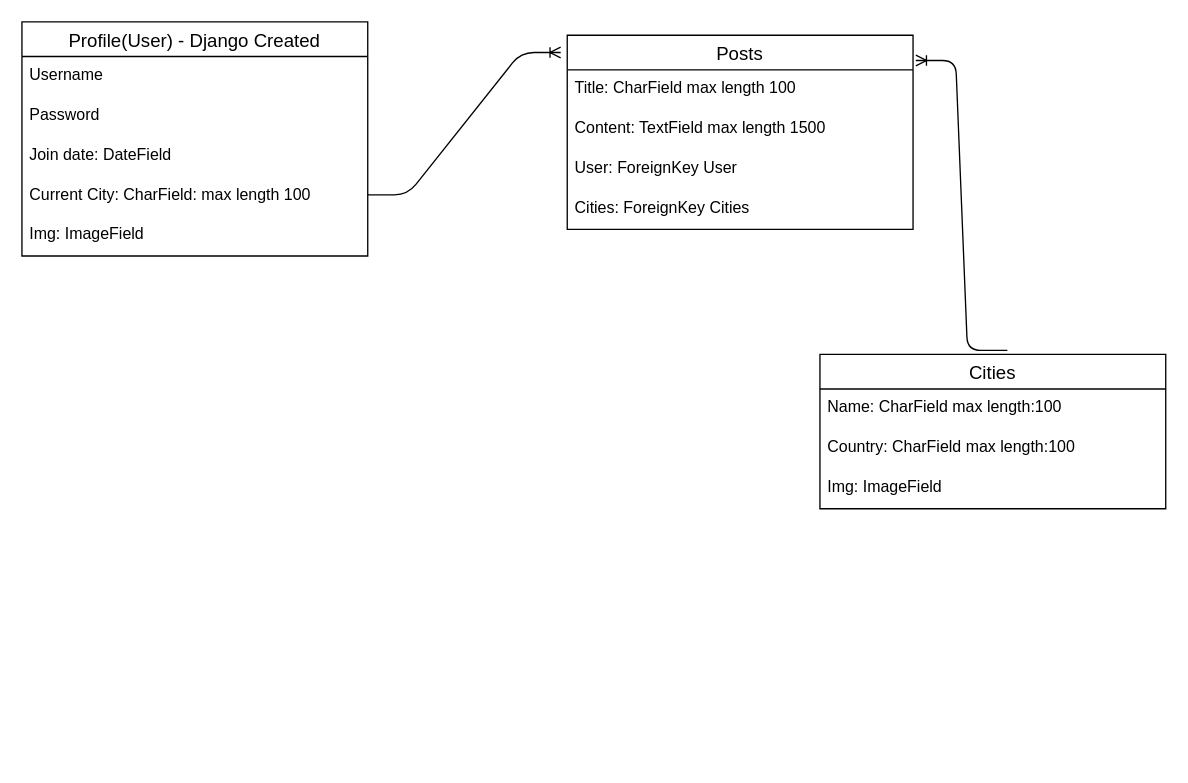
This is main_app/ERD.drawio from Claywatkins8/Wayfairer-travel, a draw.io file, before an edit. Source tidied: cells renumbered, new cells numbered last; positions are measured from the earlier drawing's top-left corner, leaving out a move shared by most shapes. Both pictures are drawn from the tidied source at 133%, with x=0, y=0 at pixel (21, 21).
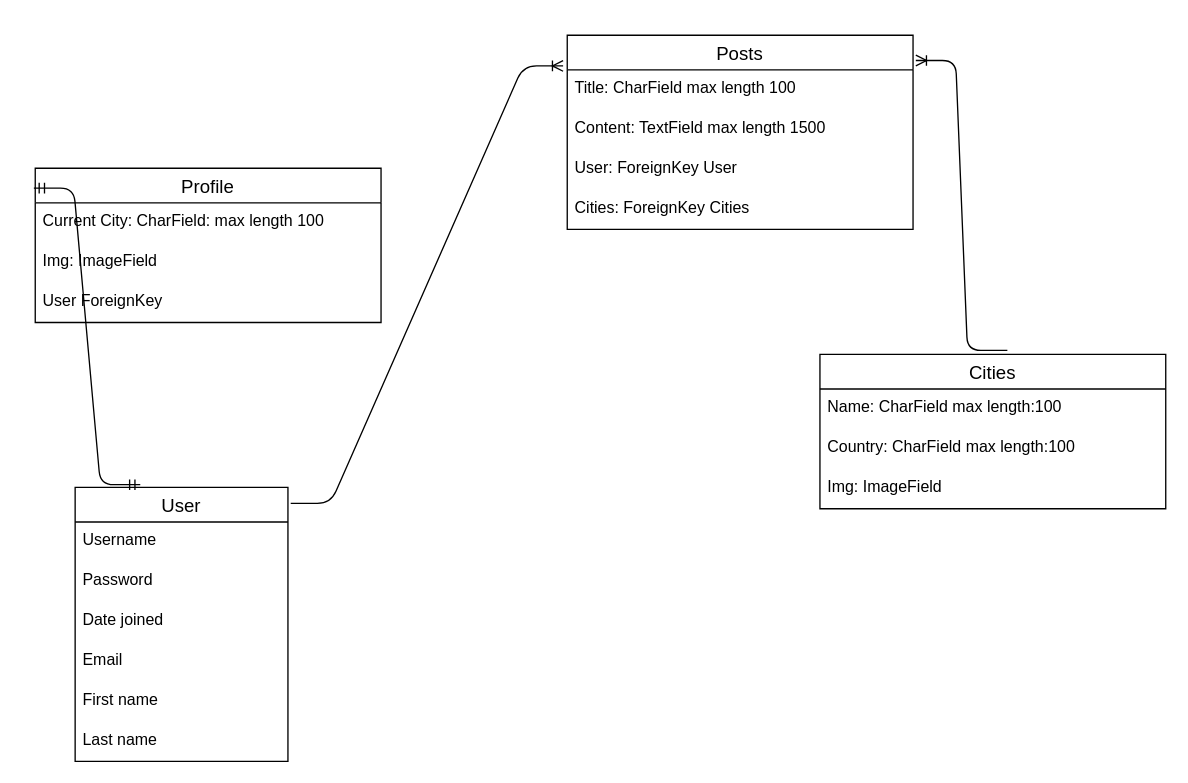
The same page after the edit.

Commit message (it also covers changes not shown here):
Refactored ERD and put a foreignkey with the Profile model

Unchanged cells that the change refers to:
```xml
<mxCell id="12" value="Posts" style="swimlane;fontStyle=0;horizontal=1;startSize=26;align=center;fontSize=14;" parent="1" vertex="1">
  <mxGeometry x="410" y="10" width="260" height="146" as="geometry" />
</mxCell>
```

What changed in the source:
```diff
@@
-    <mxCell id="2" value="Profile(User) - Django Created" style="swimlane;fontStyle=0;horizontal=1;startSize=26;align=center;fontSize=14;" parent="1" vertex="1">
-      <mxGeometry width="260" height="176" as="geometry" />
+    <mxCell id="2" value="Profile" style="swimlane;fontStyle=0;horizontal=1;startSize=26;align=center;fontSize=14;" parent="1" vertex="1">
+      <mxGeometry x="10" y="110" width="260" height="116" as="geometry" />
     </mxCell>
-    <mxCell id="3" value="Username" style="text;strokeColor=none;fillColor=none;spacingLeft=4;spacingRight=4;overflow=hidden;fontSize=12;" parent="2" vertex="1">
-      <mxGeometry y="26" width="260" height="30" as="geometry" />
-    </mxCell>
-    <mxCell id="4" value="Password" style="text;strokeColor=none;fillColor=none;spacingLeft=4;spacingRight=4;overflow=hidden;fontSize=12;" parent="2" vertex="1">
-      <mxGeometry y="56" width="260" height="30" as="geometry" />
-    </mxCell>
-    <mxCell id="5" value="Join date: DateField" style="text;strokeColor=none;fillColor=none;spacingLeft=4;spacingRight=4;overflow=hidden;fontSize=12;" parent="2" vertex="1">
-      <mxGeometry y="86" width="260" height="30" as="geometry" />
-    </mxCell>
     <mxCell id="6" value="Current City: CharField: max length 100" style="text;strokeColor=none;fillColor=none;spacingLeft=4;spacingRight=4;overflow=hidden;fontSize=12;" parent="2" vertex="1">
-      <mxGeometry y="116" width="260" height="30" as="geometry" />
+      <mxGeometry y="26" width="260" height="30" as="geometry" />
     </mxCell>
     <mxCell id="7" value="Img: ImageField" style="text;strokeColor=none;fillColor=none;spacingLeft=4;spacingRight=4;overflow=hidden;fontSize=12;" parent="2" vertex="1">
-      <mxGeometry y="146" width="260" height="30" as="geometry" />
+      <mxGeometry y="56" width="260" height="30" as="geometry" />
     </mxCell>
+    <mxCell id="19" value="User ForeignKey" style="text;strokeColor=none;fillColor=none;spacingLeft=4;spacingRight=4;overflow=hidden;fontSize=12;" parent="2" vertex="1">
+      <mxGeometry y="86" width="260" height="30" as="geometry" />
+    </mxCell>
@@
-    <mxCell id="17" style="edgeStyle=entityRelationEdgeStyle;fontSize=12;html=1;endArrow=ERoneToMany;entryX=-0.019;entryY=0.089;entryDx=0;entryDy=0;entryPerimeter=0;" parent="1" edge="1" target="12">
-      <mxGeometry relative="1" as="geometry">
-        <mxPoint x="260" y="130" as="sourcePoint" />
-      </mxGeometry>
-    </mxCell>
@@
+    <mxCell id="20" value="User" style="swimlane;fontStyle=0;horizontal=1;startSize=26;align=center;fontSize=14;" parent="1" vertex="1">
+      <mxGeometry x="40" y="350" width="160" height="206" as="geometry" />
+    </mxCell>
+    <mxCell id="3" value="Username" style="text;strokeColor=none;fillColor=none;spacingLeft=4;spacingRight=4;overflow=hidden;fontSize=12;" parent="20" vertex="1">
+      <mxGeometry y="26" width="160" height="30" as="geometry" />
+    </mxCell>
+    <mxCell id="4" value="Password" style="text;strokeColor=none;fillColor=none;spacingLeft=4;spacingRight=4;overflow=hidden;fontSize=12;" parent="20" vertex="1">
+      <mxGeometry y="56" width="160" height="30" as="geometry" />
+    </mxCell>
+    <mxCell id="21" value="Date joined" style="text;strokeColor=none;fillColor=none;spacingLeft=4;spacingRight=4;overflow=hidden;fontSize=12;" parent="20" vertex="1">
+      <mxGeometry y="86" width="160" height="30" as="geometry" />
+    </mxCell>
+    <mxCell id="22" value="Email" style="text;strokeColor=none;fillColor=none;spacingLeft=4;spacingRight=4;overflow=hidden;fontSize=12;" parent="20" vertex="1">
+      <mxGeometry y="116" width="160" height="30" as="geometry" />
+    </mxCell>
+    <mxCell id="23" value="First name" style="text;strokeColor=none;fillColor=none;spacingLeft=4;spacingRight=4;overflow=hidden;fontSize=12;" parent="20" vertex="1">
+      <mxGeometry y="146" width="160" height="30" as="geometry" />
+    </mxCell>
+    <mxCell id="24" value="Last name" style="text;strokeColor=none;fillColor=none;spacingLeft=4;spacingRight=4;overflow=hidden;fontSize=12;" parent="20" vertex="1">
+      <mxGeometry y="176" width="160" height="30" as="geometry" />
+    </mxCell>
+    <mxCell id="25" style="edgeStyle=entityRelationEdgeStyle;fontSize=12;html=1;endArrow=ERmandOne;startArrow=ERmandOne;entryX=-0.004;entryY=0.129;entryDx=0;entryDy=0;entryPerimeter=0;exitX=0.306;exitY=-0.01;exitDx=0;exitDy=0;exitPerimeter=0;" parent="1" edge="1" source="20" target="2">
+      <mxGeometry relative="1" as="geometry" />
+    </mxCell>
+    <mxCell id="26" style="edgeStyle=entityRelationEdgeStyle;fontSize=12;html=1;endArrow=ERoneToMany;exitX=1.013;exitY=0.058;exitDx=0;exitDy=0;exitPerimeter=0;entryX=-0.012;entryY=0.158;entryDx=0;entryDy=0;entryPerimeter=0;" parent="1" edge="1" source="20" target="12">
+      <mxGeometry relative="1" as="geometry" />
+    </mxCell>
```
